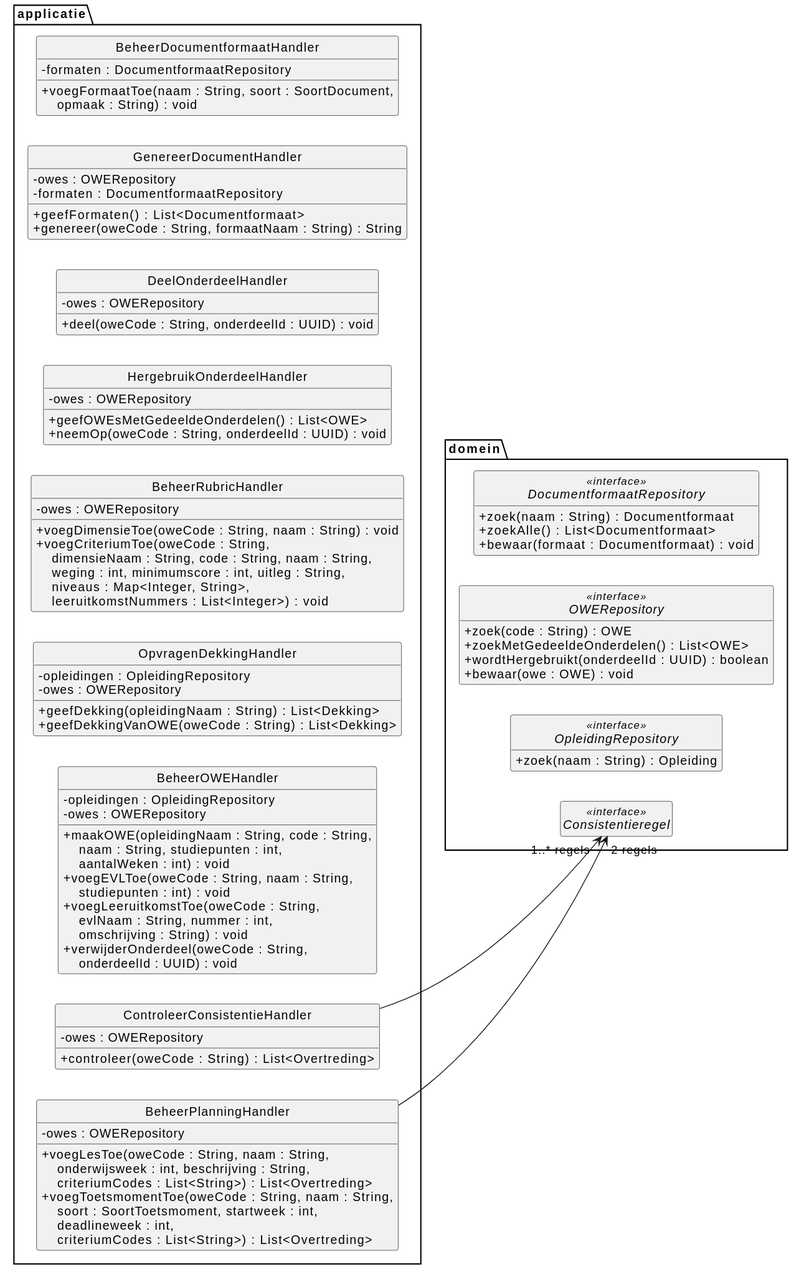
This is docs/diagrams/klassendiagram-handlers.svg from HAN-Craftsmanship-KL-JJG/casus, a PlantUML export, as it was before one commit. Its diagram source:
```plantuml
@startuml
skinparam style strictuml
skinparam shadowing false
skinparam defaultFontName Helvetica
skinparam classAttributeIconSize 0
hide empty members
left to right direction

package applicatie {
  class BeheerOWEHandler {
    - opleidingen : OpleidingRepository
    - owes : OWERepository
    + maakOWE(opleidingNaam : String, code : String,\n    naam : String, studiepunten : int,\n    aantalWeken : int) : void
    + voegEVLToe(oweCode : String, naam : String,\n    studiepunten : int) : void
    + voegLeeruitkomstToe(oweCode : String,\n    evlNaam : String, nummer : int,\n    omschrijving : String) : void
    + verwijderOnderdeel(oweCode : String,\n    onderdeelId : UUID) : void
  }
  class BeheerRubricHandler {
    - owes : OWERepository
    + voegDimensieToe(oweCode : String, naam : String) : void
    + voegCriteriumToe(oweCode : String,\n    dimensieNaam : String, code : String, naam : String,\n    weging : int, minimumscore : int, uitleg : String,\n    niveaus : Map<Integer, String>,\n    leeruitkomstNummers : List<Integer>) : void
  }
  class BeheerPlanningHandler {
    - owes : OWERepository
    + voegLesToe(oweCode : String, naam : String,\n    onderwijsweek : int, beschrijving : String,\n    criteriumCodes : List<String>) : List<Overtreding>
    + voegToetsmomentToe(oweCode : String, naam : String,\n    soort : SoortToetsmoment, startweek : int,\n    deadlineweek : int,\n    criteriumCodes : List<String>) : List<Overtreding>
  }
  class ControleerConsistentieHandler {
    - owes : OWERepository
    + controleer(oweCode : String) : List<Overtreding>
  }
  class GenereerDocumentHandler {
    - owes : OWERepository
    - formaten : DocumentformaatRepository
    + geefFormaten() : List<Documentformaat>
    + genereer(oweCode : String, formaatNaam : String) : String
  }
  class HergebruikOnderdeelHandler {
    - owes : OWERepository
    + geefOWEsMetGedeeldeOnderdelen() : List<OWE>
    + neemOp(oweCode : String, onderdeelId : UUID) : void
  }
  class OpvragenDekkingHandler {
    - opleidingen : OpleidingRepository
    - owes : OWERepository
    + geefDekking(opleidingNaam : String) : List<Dekking>
    + geefDekkingVanOWE(oweCode : String) : List<Dekking>
  }
  class DeelOnderdeelHandler {
    - owes : OWERepository
    + deel(oweCode : String, onderdeelId : UUID) : void
  }
  class BeheerDocumentformaatHandler {
    - formaten : DocumentformaatRepository
    + voegFormaatToe(naam : String, soort : SoortDocument,\n    opmaak : String) : void
  }
}

package domein {
  interface OWERepository <<interface>> {
    + zoek(code : String) : OWE
    + zoekMetGedeeldeOnderdelen() : List<OWE>
    + wordtHergebruikt(onderdeelId : UUID) : boolean
    + bewaar(owe : OWE) : void
  }
  interface OpleidingRepository <<interface>> {
    + zoek(naam : String) : Opleiding
  }
  interface DocumentformaatRepository <<interface>> {
    + zoek(naam : String) : Documentformaat
    + zoekAlle() : List<Documentformaat>
    + bewaar(formaat : Documentformaat) : void
  }
  interface Consistentieregel <<interface>>
}

BeheerPlanningHandler --> "2 regels" Consistentieregel
ControleerConsistentieHandler --> "1..* regels" Consistentieregel
BeheerOWEHandler -[hidden]-> OpleidingRepository
BeheerOWEHandler -[hidden]-> OWERepository
BeheerRubricHandler -[hidden]-> OWERepository
BeheerPlanningHandler -[hidden]-> OWERepository
ControleerConsistentieHandler -[hidden]-> OWERepository
GenereerDocumentHandler -[hidden]-> OWERepository
GenereerDocumentHandler -[hidden]-> DocumentformaatRepository
HergebruikOnderdeelHandler -[hidden]-> OWERepository
OpvragenDekkingHandler -[hidden]-> OpleidingRepository
OpvragenDekkingHandler -[hidden]-> OWERepository
DeelOnderdeelHandler -[hidden]-> OWERepository
BeheerDocumentformaatHandler -[hidden]-> DocumentformaatRepository
@enduml
```
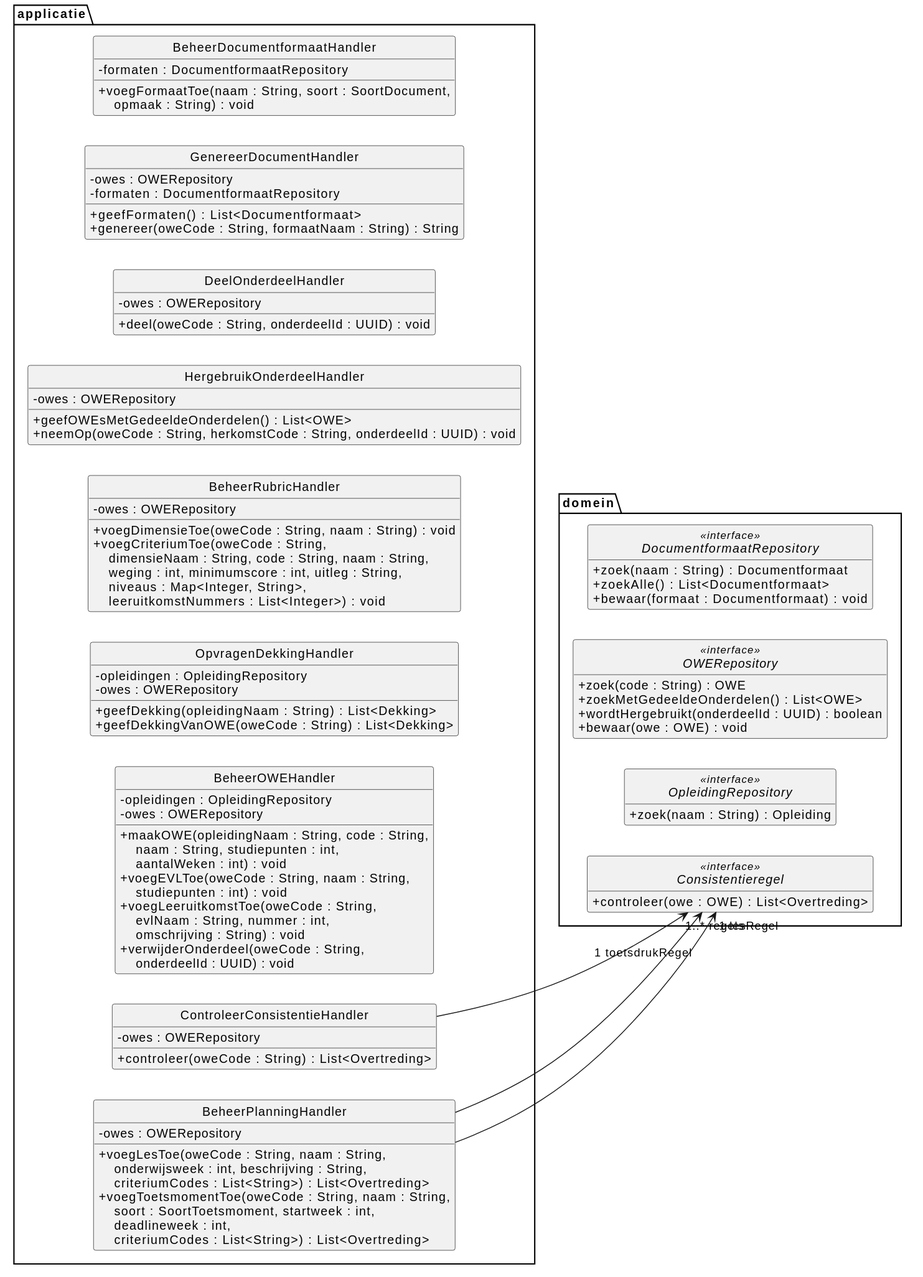
Later version of the same file.

The edit, as a diff of the source:
```diff
@@ -38,7 +38,7 @@
   class HergebruikOnderdeelHandler {
     - owes : OWERepository
     + geefOWEsMetGedeeldeOnderdelen() : List<OWE>
-    + neemOp(oweCode : String, onderdeelId : UUID) : void
+    + neemOp(oweCode : String, herkomstCode : String, onderdeelId : UUID) : void
   }
   class OpvragenDekkingHandler {
     - opleidingen : OpleidingRepository
@@ -71,10 +71,13 @@
     + zoekAlle() : List<Documentformaat>
     + bewaar(formaat : Documentformaat) : void
   }
-  interface Consistentieregel <<interface>>
+  interface Consistentieregel <<interface>> {
+    + controleer(owe : OWE) : List<Overtreding>
+  }
 }
 
-BeheerPlanningHandler --> "2 regels" Consistentieregel
+BeheerPlanningHandler --> "1 lesRegel" Consistentieregel
+BeheerPlanningHandler --> "\n\n1 toetsdrukRegel" Consistentieregel
 ControleerConsistentieHandler --> "1..* regels" Consistentieregel
 BeheerOWEHandler -[hidden]-> OpleidingRepository
 BeheerOWEHandler -[hidden]-> OWERepository
```
